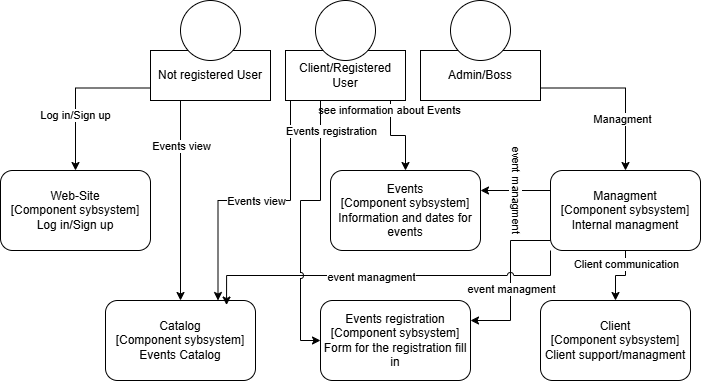
Leonard0108/Final-Buchmesse keeps this draw.io diagram as src/main/asciidoc/models/analysis/Kontext-Diagramm_C4_C3.png. Above is the earlier version. Source tidied: cells renumbered, new cells last; positions are measured from the earlier drawing's top-left corner, leaving out a move shared by most shapes.
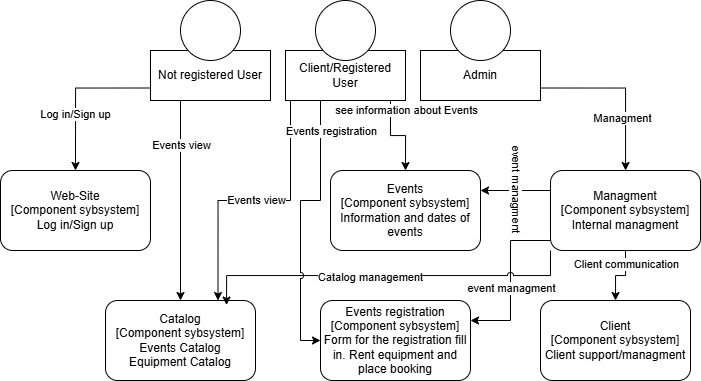
The same file after the commit.

Diff of the diagram source:
```diff
@@ -2,141 +2,143 @@
   <root>
     <mxCell id="0" />
     <mxCell id="1" parent="0" />
-    <mxCell id="2" style="group;" parent="1" vertex="1">
-      <mxGeometry width="700" height="380" as="geometry" />
-    </mxCell>
+    <mxCell id="38" style="group;" parent="1" vertex="1">
+      <mxGeometry x="40" y="135" width="700" height="380" as="geometry" />
+    </mxCell>
-    <mxCell id="3" style="group;" parent="2" vertex="1">
+    <mxCell id="3" style="group;" parent="38" vertex="1">
       <mxGeometry x="285" width="120" height="100" as="geometry" />
     </mxCell>
     <mxCell id="4" value="Client/Registered Us&lt;span style=&quot;background-color: transparent; color: light-dark(rgb(0, 0, 0), rgb(255, 255, 255));&quot;&gt;er&lt;/span&gt;" style="html=1;whiteSpace=wrap;" parent="3" vertex="1">
       <mxGeometry y="50" width="120" height="50" as="geometry" />
     </mxCell>
-    <mxCell id="5" style="ellipse;whiteSpace=wrap;html=1;align=center;" parent="3" vertex="1">
-      <mxGeometry x="30" width="60" height="60" as="geometry" />
-    </mxCell>
+    <mxCell id="39" style="ellipse;whiteSpace=wrap;html=1;align=center;" parent="3" vertex="1">
+      <mxGeometry x="30" width="60" height="60" as="geometry" />
+    </mxCell>
-    <mxCell id="6" style="group;" parent="2" vertex="1">
+    <mxCell id="6" style="group;" parent="38" vertex="1">
       <mxGeometry x="150" width="120" height="100" as="geometry" />
     </mxCell>
     <mxCell id="7" value="Not registered User" style="html=1;whiteSpace=wrap;" parent="6" vertex="1">
       <mxGeometry y="50" width="120" height="50" as="geometry" />
     </mxCell>
-    <mxCell id="8" style="ellipse;whiteSpace=wrap;html=1;align=center;" parent="6" vertex="1">
-      <mxGeometry x="30" width="60" height="60" as="geometry" />
-    </mxCell>
+    <mxCell id="40" style="ellipse;whiteSpace=wrap;html=1;align=center;" parent="6" vertex="1">
+      <mxGeometry x="30" width="60" height="60" as="geometry" />
+    </mxCell>
-    <mxCell id="9" style="group;" parent="2" vertex="1">
+    <mxCell id="9" style="group;" parent="38" vertex="1">
       <mxGeometry x="420" width="120" height="100" as="geometry" />
     </mxCell>
-    <mxCell id="10" value="Admin/Boss" style="html=1;whiteSpace=wrap;" parent="9" vertex="1">
-      <mxGeometry y="50" width="120" height="50" as="geometry" />
-    </mxCell>
-    <mxCell id="11" style="ellipse;whiteSpace=wrap;html=1;align=center;" parent="9" vertex="1">
-      <mxGeometry x="30" width="60" height="60" as="geometry" />
-    </mxCell>
+    <mxCell id="41" value="Admin" style="html=1;whiteSpace=wrap;" parent="9" vertex="1">
+      <mxGeometry y="50" width="120" height="50" as="geometry" />
+    </mxCell>
+    <mxCell id="42" style="ellipse;whiteSpace=wrap;html=1;align=center;" parent="9" vertex="1">
+      <mxGeometry x="30" width="60" height="60" as="geometry" />
+    </mxCell>
-    <mxCell id="12" value="Web-Site&lt;div&gt;[Component sybsystem]&lt;/div&gt;&lt;div&gt;Log in/Sign up&lt;/div&gt;" style="rounded=1;whiteSpace=wrap;html=1;" parent="2" vertex="1">
+    <mxCell id="12" value="Web-Site&lt;div&gt;[Component sybsystem]&lt;/div&gt;&lt;div&gt;Log in/Sign up&lt;/div&gt;" style="rounded=1;whiteSpace=wrap;html=1;" parent="38" vertex="1">
       <mxGeometry y="170" width="150" height="80" as="geometry" />
     </mxCell>
-    <mxCell id="13" value="&lt;div&gt;Catalog&lt;/div&gt;&lt;div&gt;[Component sybsystem]&lt;/div&gt;&lt;div&gt;Events Catalog&lt;/div&gt;" style="rounded=1;whiteSpace=wrap;html=1;" parent="2" vertex="1">
-      <mxGeometry x="105" y="300" width="150" height="80" as="geometry" />
-    </mxCell>
-    <mxCell id="14" value="Events&lt;br&gt;&lt;div&gt;[Component sybsystem]&lt;/div&gt;&lt;div&gt;Information and dates for events&lt;/div&gt;" style="rounded=1;whiteSpace=wrap;html=1;" parent="2" vertex="1">
-      <mxGeometry x="330" y="170" width="150" height="80" as="geometry" />
-    </mxCell>
+    <mxCell id="43" value="&lt;div&gt;Catalog&lt;/div&gt;&lt;div&gt;[Component sybsystem]&lt;/div&gt;&lt;div&gt;Events Catalog&lt;/div&gt;&lt;div&gt;Equipment Catalog&lt;/div&gt;" style="rounded=1;whiteSpace=wrap;html=1;" parent="38" vertex="1">
+      <mxGeometry x="105" y="300" width="150" height="80" as="geometry" />
+    </mxCell>
+    <mxCell id="44" value="Events&lt;br&gt;&lt;div&gt;[Component sybsystem]&lt;/div&gt;&lt;div&gt;Information and dates of events&lt;/div&gt;" style="rounded=1;whiteSpace=wrap;html=1;" parent="38" vertex="1">
+      <mxGeometry x="330" y="170" width="150" height="80" as="geometry" />
+    </mxCell>
-    <mxCell id="15" style="edgeStyle=orthogonalEdgeStyle;rounded=0;jettySize=auto;html=1;exitX=0.5;exitY=1;exitDx=0;exitDy=0;entryX=0.5;entryY=0;entryDx=0;entryDy=0;" parent="2" edge="1" source="21" target="22">
+    <mxCell id="15" style="edgeStyle=orthogonalEdgeStyle;rounded=0;jettySize=auto;html=1;exitX=0.5;exitY=1;exitDx=0;exitDy=0;entryX=0.5;entryY=0;entryDx=0;entryDy=0;" parent="38" edge="1" source="21" target="22">
       <mxGeometry relative="1" as="geometry" />
     </mxCell>
     <mxCell id="16" value="Client communication" style="edgeLabel;html=1;align=center;verticalAlign=middle;" parent="15" vertex="1">
       <mxGeometry x="-0.56" relative="1" as="geometry" />
     </mxCell>
-    <mxCell id="17" style="edgeStyle=orthogonalEdgeStyle;rounded=0;jettySize=auto;html=1;exitX=0;exitY=0.25;exitDx=0;exitDy=0;entryX=1;entryY=0.25;entryDx=0;entryDy=0;" parent="2" edge="1" source="21" target="14">
-      <mxGeometry relative="1" as="geometry" />
-    </mxCell>
+    <mxCell id="45" style="edgeStyle=orthogonalEdgeStyle;rounded=0;jettySize=auto;html=1;exitX=0;exitY=0.25;exitDx=0;exitDy=0;entryX=1;entryY=0.25;entryDx=0;entryDy=0;" parent="38" edge="1" source="21" target="44">
+      <mxGeometry relative="1" as="geometry" />
+    </mxCell>
-    <mxCell id="18" value="event managment" style="edgeLabel;html=1;align=center;verticalAlign=middle;rotation=90;" parent="17" vertex="1">
+    <mxCell id="18" value="event managment" style="edgeLabel;html=1;align=center;verticalAlign=middle;rotation=90;" parent="45" vertex="1">
       <mxGeometry x="-0.05" y="-1" relative="1" as="geometry" />
     </mxCell>
-    <mxCell id="19" style="edgeStyle=orthogonalEdgeStyle;rounded=0;jettySize=auto;html=1;exitX=0;exitY=0.75;exitDx=0;exitDy=0;entryX=1;entryY=0.25;entryDx=0;entryDy=0;jumpStyle=arc;" parent="2" edge="1" source="21" target="23">
-      <mxGeometry relative="1" as="geometry">
-        <Array as="points">
-          <mxPoint x="550" y="240" />
-          <mxPoint x="510" y="240" />
-          <mxPoint x="510" y="320" />
-        </Array>
-      </mxGeometry>
-    </mxCell>
-    <mxCell id="20" value="event managment" style="edgeLabel;html=1;align=center;verticalAlign=middle;" parent="19" vertex="1">
-      <mxGeometry x="0.16" relative="1" as="geometry" />
-    </mxCell>
+    <mxCell id="46" style="edgeStyle=orthogonalEdgeStyle;rounded=0;jettySize=auto;html=1;exitX=0;exitY=0.75;exitDx=0;exitDy=0;entryX=1;entryY=0.25;entryDx=0;entryDy=0;jumpStyle=arc;" parent="38" edge="1" source="21" target="48">
+      <mxGeometry relative="1" as="geometry">
+        <Array as="points">
+          <mxPoint x="550" y="240" />
+          <mxPoint x="510" y="240" />
+          <mxPoint x="510" y="320" />
+        </Array>
+      </mxGeometry>
+    </mxCell>
+    <mxCell id="47" value="event managment" style="edgeLabel;html=1;align=center;verticalAlign=middle;" parent="46" vertex="1">
+      <mxGeometry x="0.16" relative="1" as="geometry" />
+    </mxCell>
-    <mxCell id="21" value="Managment&lt;br&gt;&lt;div&gt;[Component sybsystem]&lt;/div&gt;&lt;div&gt;Internal managment&lt;/div&gt;" style="rounded=1;whiteSpace=wrap;html=1;" parent="2" vertex="1">
+    <mxCell id="21" value="Managment&lt;br&gt;&lt;div&gt;[Component sybsystem]&lt;/div&gt;&lt;div&gt;Internal managment&lt;/div&gt;" style="rounded=1;whiteSpace=wrap;html=1;" parent="38" vertex="1">
       <mxGeometry x="550" y="170" width="150" height="80" as="geometry" />
     </mxCell>
-    <mxCell id="22" value="Client&lt;div&gt;[Component sybsystem]&lt;/div&gt;&lt;div&gt;Client support/managment&lt;/div&gt;" style="rounded=1;whiteSpace=wrap;html=1;" parent="2" vertex="1">
+    <mxCell id="22" value="Client&lt;div&gt;[Component sybsystem]&lt;/div&gt;&lt;div&gt;Client support/managment&lt;/div&gt;" style="rounded=1;whiteSpace=wrap;html=1;" parent="38" vertex="1">
       <mxGeometry x="540" y="300" width="150" height="80" as="geometry" />
     </mxCell>
-    <mxCell id="23" value="Events registration&lt;br&gt;&lt;div&gt;[Component sybsystem]&lt;/div&gt;&lt;div&gt;Form for the registration fill in&lt;/div&gt;" style="rounded=1;whiteSpace=wrap;html=1;" parent="2" vertex="1">
-      <mxGeometry x="320" y="300" width="150" height="80" as="geometry" />
-    </mxCell>
+    <mxCell id="48" value="Events registration&lt;br&gt;&lt;div&gt;[Component sybsystem]&lt;/div&gt;&lt;div&gt;Form for the registration fill in. Rent equipment and place booking&lt;/div&gt;" style="rounded=1;whiteSpace=wrap;html=1;" parent="38" vertex="1">
+      <mxGeometry x="320" y="300" width="150" height="80" as="geometry" />
+    </mxCell>
-    <mxCell id="24" style="edgeStyle=orthogonalEdgeStyle;rounded=0;jettySize=auto;html=1;exitX=0;exitY=0.75;exitDx=0;exitDy=0;entryX=0.5;entryY=0;entryDx=0;entryDy=0;" parent="2" edge="1" source="7" target="12">
+    <mxCell id="24" style="edgeStyle=orthogonalEdgeStyle;rounded=0;jettySize=auto;html=1;exitX=0;exitY=0.75;exitDx=0;exitDy=0;entryX=0.5;entryY=0;entryDx=0;entryDy=0;" parent="38" edge="1" source="7" target="12">
       <mxGeometry relative="1" as="geometry" />
     </mxCell>
     <mxCell id="25" value="Log in/Sign up" style="edgeLabel;html=1;align=center;verticalAlign=middle;" parent="24" vertex="1">
       <mxGeometry x="0.29" y="-1" relative="1" as="geometry" />
     </mxCell>
-    <mxCell id="26" style="edgeStyle=orthogonalEdgeStyle;rounded=0;jettySize=auto;html=1;exitX=0.25;exitY=1;exitDx=0;exitDy=0;" parent="2" edge="1" source="7" target="13">
-      <mxGeometry relative="1" as="geometry" />
-    </mxCell>
-    <mxCell id="27" value="Events view" style="edgeLabel;html=1;align=center;verticalAlign=middle;" parent="26" vertex="1">
-      <mxGeometry x="-0.55" relative="1" as="geometry" />
-    </mxCell>
-    <mxCell id="28" style="edgeStyle=orthogonalEdgeStyle;rounded=0;jettySize=auto;html=1;exitX=1;exitY=0.75;exitDx=0;exitDy=0;" parent="2" edge="1" source="10" target="21">
-      <mxGeometry relative="1" as="geometry" />
-    </mxCell>
+    <mxCell id="49" style="edgeStyle=orthogonalEdgeStyle;rounded=0;jettySize=auto;html=1;exitX=0.25;exitY=1;exitDx=0;exitDy=0;" parent="38" edge="1" source="7" target="43">
+      <mxGeometry relative="1" as="geometry" />
+    </mxCell>
+    <mxCell id="50" value="Events view" style="edgeLabel;html=1;align=center;verticalAlign=middle;" parent="49" vertex="1">
+      <mxGeometry x="-0.55" relative="1" as="geometry" />
+    </mxCell>
+    <mxCell id="51" style="edgeStyle=orthogonalEdgeStyle;rounded=0;jettySize=auto;html=1;exitX=1;exitY=0.75;exitDx=0;exitDy=0;" parent="38" edge="1" source="41" target="21">
+      <mxGeometry relative="1" as="geometry" />
+    </mxCell>
-    <mxCell id="29" value="Managment" style="edgeLabel;html=1;align=center;verticalAlign=middle;" parent="28" vertex="1">
+    <mxCell id="29" value="Managment" style="edgeLabel;html=1;align=center;verticalAlign=middle;" parent="51" vertex="1">
       <mxGeometry x="0.38" y="-4" relative="1" as="geometry" />
     </mxCell>
-    <mxCell id="30" style="edgeStyle=orthogonalEdgeStyle;rounded=0;jettySize=auto;html=1;exitX=0;exitY=1;exitDx=0;exitDy=0;entryX=0.807;entryY=0.057;entryDx=0;entryDy=0;entryPerimeter=0;jumpStyle=arc;" parent="2" edge="1" source="21" target="13">
-      <mxGeometry relative="1" as="geometry" />
-    </mxCell>
-    <mxCell id="31" value="event managment" style="edgeLabel;html=1;align=center;verticalAlign=middle;" parent="30" vertex="1">
-      <mxGeometry x="0.18" y="1" relative="1" as="geometry">
-        <mxPoint x="18" as="offset" />
-      </mxGeometry>
-    </mxCell>
-    <mxCell id="32" style="edgeStyle=orthogonalEdgeStyle;rounded=0;jettySize=auto;html=1;exitX=0.75;exitY=1;exitDx=0;exitDy=0;entryX=0.5;entryY=0;entryDx=0;entryDy=0;" parent="2" edge="1" source="4" target="14">
-      <mxGeometry relative="1" as="geometry">
-        <Array as="points">
-          <mxPoint x="390" y="100" />
-          <mxPoint x="390" y="135" />
-          <mxPoint x="405" y="135" />
-        </Array>
-      </mxGeometry>
-    </mxCell>
+    <mxCell id="52" style="edgeStyle=orthogonalEdgeStyle;rounded=0;jettySize=auto;html=1;exitX=0;exitY=1;exitDx=0;exitDy=0;entryX=0.807;entryY=0.057;entryDx=0;entryDy=0;entryPerimeter=0;jumpStyle=arc;" parent="38" edge="1" source="21" target="43">
+      <mxGeometry relative="1" as="geometry" />
+    </mxCell>
+    <mxCell id="53" value="Catalog management" style="edgeLabel;html=1;align=center;verticalAlign=middle;" parent="52" vertex="1">
+      <mxGeometry x="0.18" y="1" relative="1" as="geometry">
+        <mxPoint x="18" as="offset" />
+      </mxGeometry>
+    </mxCell>
+    <mxCell id="54" style="edgeStyle=orthogonalEdgeStyle;rounded=0;jettySize=auto;html=1;exitX=0.75;exitY=1;exitDx=0;exitDy=0;entryX=0.5;entryY=0;entryDx=0;entryDy=0;" parent="38" edge="1" source="4" target="44">
+      <mxGeometry relative="1" as="geometry">
+        <Array as="points">
+          <mxPoint x="390" y="100" />
+          <mxPoint x="390" y="135" />
+          <mxPoint x="405" y="135" />
+        </Array>
+      </mxGeometry>
+    </mxCell>
-    <mxCell id="33" value="see information about Events" style="edgeLabel;html=1;align=center;verticalAlign=middle;" parent="32" vertex="1">
-      <mxGeometry x="-0.52" y="-2" relative="1" as="geometry" />
+    <mxCell id="33" value="see information about Events" style="edgeLabel;html=1;align=center;verticalAlign=middle;" parent="54" vertex="1">
+      <mxGeometry x="-0.52" y="-2" relative="1" as="geometry">
+        <mxPoint x="17" as="offset" />
+      </mxGeometry>
     </mxCell>
-    <mxCell id="34" style="edgeStyle=orthogonalEdgeStyle;rounded=0;jettySize=auto;html=1;exitX=0.25;exitY=1;exitDx=0;exitDy=0;entryX=0.75;entryY=0;entryDx=0;entryDy=0;jumpStyle=arc;" parent="2" edge="1" source="4" target="13">
-      <mxGeometry relative="1" as="geometry">
-        <Array as="points">
-          <mxPoint x="290" y="100" />
-          <mxPoint x="290" y="200" />
-          <mxPoint x="218" y="200" />
-        </Array>
-      </mxGeometry>
-    </mxCell>
-    <mxCell id="35" value="Events view" style="edgeLabel;html=1;align=center;verticalAlign=middle;" parent="34" vertex="1">
-      <mxGeometry x="-0.6" relative="1" as="geometry">
-        <mxPoint x="-35" y="66" as="offset" />
-      </mxGeometry>
-    </mxCell>
-    <mxCell id="36" style="edgeStyle=orthogonalEdgeStyle;rounded=0;jettySize=auto;html=1;exitX=0.5;exitY=1;exitDx=0;exitDy=0;entryX=0;entryY=0.5;entryDx=0;entryDy=0;jumpStyle=arc;" parent="2" edge="1" source="4" target="23">
-      <mxGeometry relative="1" as="geometry">
-        <Array as="points">
-          <mxPoint x="320" y="100" />
-          <mxPoint x="320" y="200" />
-          <mxPoint x="300" y="200" />
-          <mxPoint x="300" y="340" />
-        </Array>
-      </mxGeometry>
-    </mxCell>
+    <mxCell id="55" style="edgeStyle=orthogonalEdgeStyle;rounded=0;jettySize=auto;html=1;exitX=0.25;exitY=1;exitDx=0;exitDy=0;entryX=0.75;entryY=0;entryDx=0;entryDy=0;jumpStyle=arc;" parent="38" edge="1" source="4" target="43">
+      <mxGeometry relative="1" as="geometry">
+        <Array as="points">
+          <mxPoint x="290" y="100" />
+          <mxPoint x="290" y="200" />
+          <mxPoint x="218" y="200" />
+        </Array>
+      </mxGeometry>
+    </mxCell>
+    <mxCell id="56" value="Events view" style="edgeLabel;html=1;align=center;verticalAlign=middle;" parent="55" vertex="1">
+      <mxGeometry x="-0.6" relative="1" as="geometry">
+        <mxPoint x="-35" y="66" as="offset" />
+      </mxGeometry>
+    </mxCell>
+    <mxCell id="57" style="edgeStyle=orthogonalEdgeStyle;rounded=0;jettySize=auto;html=1;exitX=0.5;exitY=1;exitDx=0;exitDy=0;entryX=0;entryY=0.5;entryDx=0;entryDy=0;jumpStyle=arc;" parent="38" edge="1" source="4" target="48">
+      <mxGeometry relative="1" as="geometry">
+        <Array as="points">
+          <mxPoint x="320" y="100" />
+          <mxPoint x="320" y="200" />
+          <mxPoint x="300" y="200" />
+          <mxPoint x="300" y="340" />
+        </Array>
+      </mxGeometry>
+    </mxCell>
-    <mxCell id="37" value="Events registration" style="edgeLabel;html=1;align=center;verticalAlign=middle;" parent="36" vertex="1">
+    <mxCell id="37" value="Events registration" style="edgeLabel;html=1;align=center;verticalAlign=middle;" parent="57" vertex="1">
       <mxGeometry x="-0.61" relative="1" as="geometry">
         <mxPoint x="10" y="-5" as="offset" />
       </mxGeometry>
```
